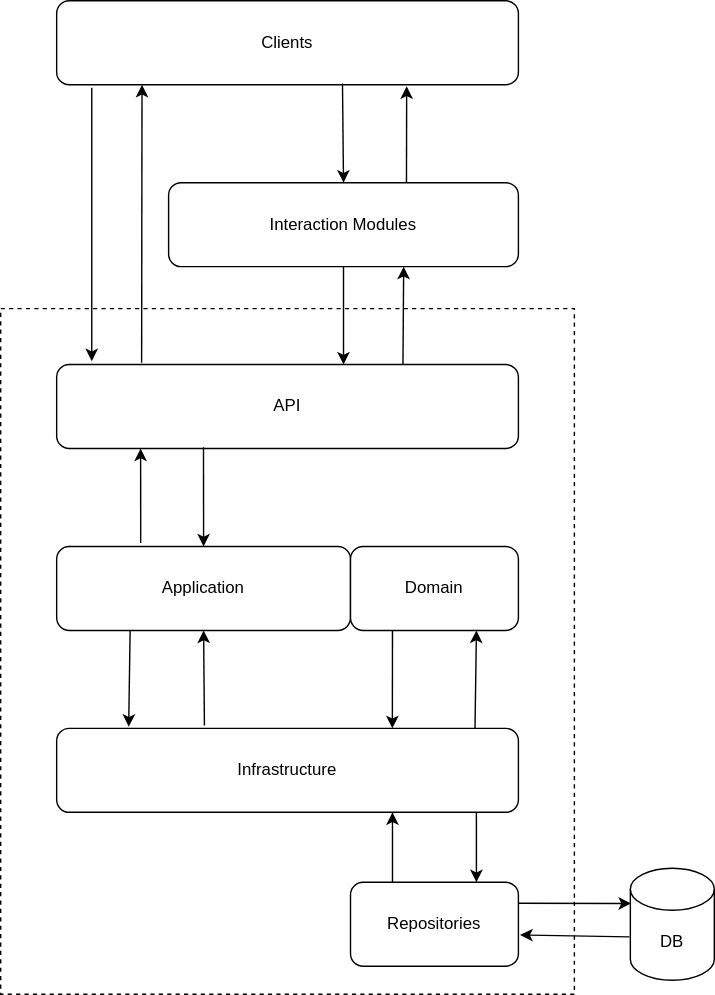
novg/ErpTemplate keeps this draw.io diagram as doc/img/arch.drawio.svg. Above is the earlier version. Source tidied: cells renumbered, new cells last; positions are measured from the earlier drawing's top-left corner, leaving out a move shared by most shapes.
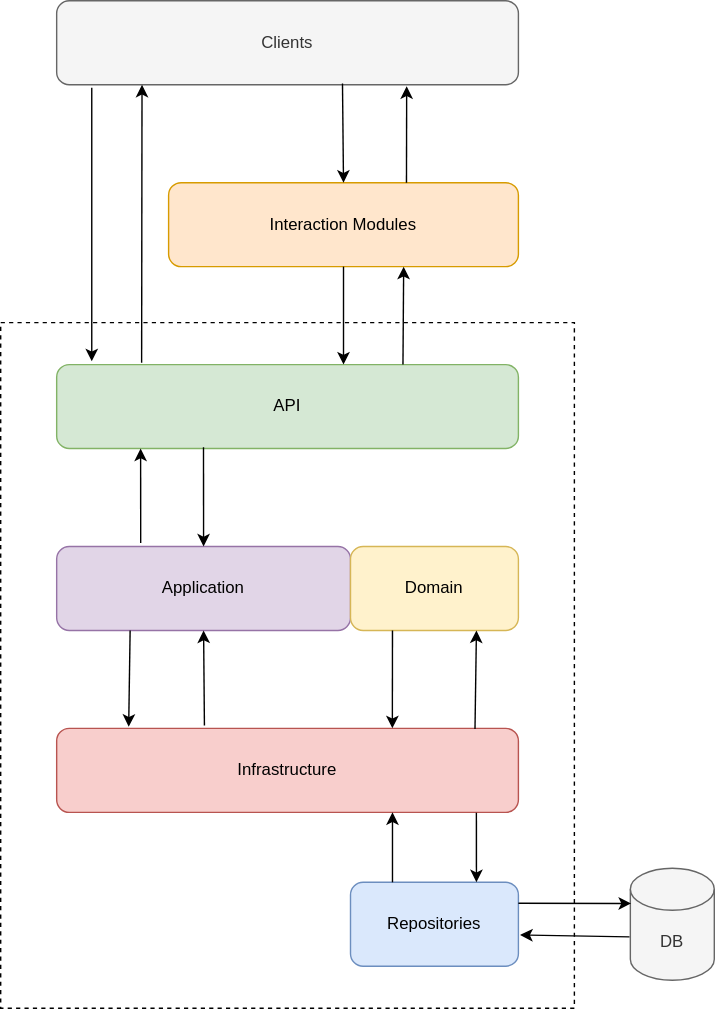
After the commit.

Commit message:
Add colors to scheme

The edit, as a diff of the source:
```diff
@@ -2,22 +2,22 @@
   <root>
     <mxCell id="0" />
     <mxCell id="1" parent="0" />
-    <mxCell id="2" value="Application" style="rounded=1;whiteSpace=wrap;html=1;" parent="1" vertex="1">
+    <mxCell id="2" value="Application" style="rounded=1;whiteSpace=wrap;html=1;fillColor=#e1d5e7;strokeColor=#9673a6;" parent="1" vertex="1">
       <mxGeometry x="40" y="390" width="210" height="60" as="geometry" />
     </mxCell>
-    <mxCell id="3" value="Domain" style="rounded=1;whiteSpace=wrap;html=1;" parent="1" vertex="1">
+    <mxCell id="3" value="Domain" style="rounded=1;whiteSpace=wrap;html=1;fillColor=#fff2cc;strokeColor=#d6b656;" parent="1" vertex="1">
       <mxGeometry x="250" y="390" width="120" height="60" as="geometry" />
     </mxCell>
-    <mxCell id="4" value="Infrastructure" style="rounded=1;whiteSpace=wrap;html=1;" parent="1" vertex="1">
+    <mxCell id="4" value="Infrastructure" style="rounded=1;whiteSpace=wrap;html=1;fillColor=#f8cecc;strokeColor=#b85450;" parent="1" vertex="1">
       <mxGeometry x="40" y="520" width="330" height="60" as="geometry" />
     </mxCell>
-    <mxCell id="5" value="Repositories" style="rounded=1;whiteSpace=wrap;html=1;" parent="1" vertex="1">
+    <mxCell id="5" value="Repositories" style="rounded=1;whiteSpace=wrap;html=1;fillColor=#dae8fc;strokeColor=#6c8ebf;" parent="1" vertex="1">
       <mxGeometry x="250" y="630" width="120" height="60" as="geometry" />
     </mxCell>
-    <mxCell id="6" value="DB" style="shape=cylinder3;whiteSpace=wrap;html=1;boundedLbl=1;backgroundOutline=1;size=15;" parent="1" vertex="1">
+    <mxCell id="6" value="DB" style="shape=cylinder3;whiteSpace=wrap;html=1;boundedLbl=1;backgroundOutline=1;size=15;fillColor=#f5f5f5;fontColor=#333333;strokeColor=#666666;" parent="1" vertex="1">
       <mxGeometry x="450" y="620" width="60" height="80" as="geometry" />
     </mxCell>
-    <mxCell id="7" value="API" style="rounded=1;whiteSpace=wrap;html=1;" parent="1" vertex="1">
+    <mxCell id="7" value="API" style="rounded=1;whiteSpace=wrap;html=1;fillColor=#d5e8d4;strokeColor=#82b366;" parent="1" vertex="1">
       <mxGeometry x="40" y="260" width="330" height="60" as="geometry" />
     </mxCell>
     <mxCell id="8" style="endArrow=classic;html=1;exitX=0.286;exitY=-0.04;exitDx=0;exitDy=0;exitPerimeter=0;" parent="1" edge="1" source="2">
@@ -48,7 +48,7 @@
     <mxCell id="15" style="endArrow=classic;html=1;entryX=1.01;entryY=0.627;entryDx=0;entryDy=0;entryPerimeter=0;exitX=-0.01;exitY=0.613;exitDx=0;exitDy=0;exitPerimeter=0;" parent="1" edge="1" source="6" target="5">
       <mxGeometry relative="1" as="geometry" />
     </mxCell>
-    <mxCell id="16" value="Interaction Modules" style="rounded=1;whiteSpace=wrap;html=1;" parent="1" vertex="1">
+    <mxCell id="16" value="Interaction Modules" style="rounded=1;whiteSpace=wrap;html=1;fillColor=#ffe6cc;strokeColor=#d79b00;" parent="1" vertex="1">
       <mxGeometry x="120" y="130" width="250" height="60" as="geometry" />
     </mxCell>
     <mxCell id="17" style="endArrow=classic;html=1;exitX=0.5;exitY=1;exitDx=0;exitDy=0;" parent="1" edge="1" source="16">
@@ -61,7 +61,7 @@
         <mxPoint x="288" y="190" as="targetPoint" />
       </mxGeometry>
     </mxCell>
-    <mxCell id="19" value="Clients" style="rounded=1;whiteSpace=wrap;html=1;" parent="1" vertex="1">
+    <mxCell id="19" value="Clients" style="rounded=1;whiteSpace=wrap;html=1;fillColor=#f5f5f5;fontColor=#333333;strokeColor=#666666;" parent="1" vertex="1">
       <mxGeometry x="40" width="330" height="60" as="geometry" />
     </mxCell>
     <mxCell id="20" style="endArrow=classic;html=1;entryX=0.5;entryY=0;entryDx=0;entryDy=0;exitX=0.619;exitY=0.985;exitDx=0;exitDy=0;exitPerimeter=0;" parent="1" edge="1" source="19" target="16">
@@ -85,7 +85,7 @@
       <mxGeometry relative="1" as="geometry" />
     </mxCell>
     <mxCell id="26" style="rounded=0;whiteSpace=wrap;html=1;dashed=1;fillColor=none;strokeColor=default;" parent="1" vertex="1">
-      <mxGeometry y="220" width="410" height="490" as="geometry" />
+      <mxGeometry y="230" width="410" height="490" as="geometry" />
     </mxCell>
   </root>
 </mxGraphModel>
```
